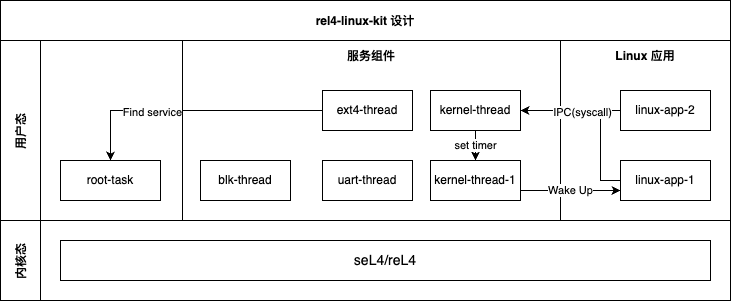
This is static/monolithic/latest/design/design-1.png from rel4team/rel4team.github.io, a draw.io export, as it was before one commit. Source tidied: cells renumbered, new cells last; positions are measured from the earlier drawing's top-left corner, leaving out a move shared by most shapes.
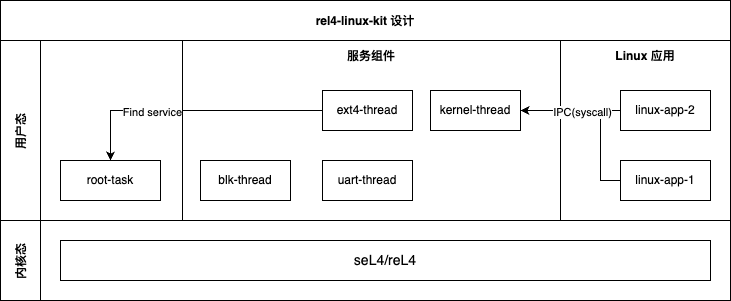
Later version of the same file.

Diff of the diagram source:
```diff
@@ -26,12 +26,6 @@
     <mxCell id="9" value="kernel-thread" style="rounded=0;whiteSpace=wrap;html=1;" parent="6" vertex="1">
       <mxGeometry x="248" y="50" width="90" height="40" as="geometry" />
     </mxCell>
-    <mxCell id="10" value="kernel-thread-1" style="rounded=0;whiteSpace=wrap;html=1;" parent="6" vertex="1">
-      <mxGeometry x="248" y="120" width="90" height="40" as="geometry" />
-    </mxCell>
-    <mxCell id="11" value="set timer" style="edgeStyle=orthogonalEdgeStyle;rounded=0;jettySize=auto;html=1;entryX=0.5;entryY=0;entryDx=0;entryDy=0;" parent="6" edge="1" source="9" target="10">
-      <mxGeometry relative="1" as="geometry" />
-    </mxCell>
     <mxCell id="12" value="uart-thread" style="rounded=0;whiteSpace=wrap;html=1;" parent="6" vertex="1">
       <mxGeometry x="140" y="120" width="90" height="40" as="geometry" />
     </mxCell>
@@ -47,9 +41,6 @@
     <mxCell id="16" style="edgeStyle=orthogonalEdgeStyle;rounded=0;jettySize=auto;html=1;" parent="3" edge="1" source="15" target="9">
       <mxGeometry relative="1" as="geometry" />
     </mxCell>
-    <mxCell id="17" value="Wake Up" style="endArrow=classic;html=1;rounded=0;entryX=0;entryY=0.75;entryDx=0;entryDy=0;exitX=1;exitY=0.75;exitDx=0;exitDy=0;" parent="3" edge="1" source="10" target="14">
-      <mxGeometry relative="1" as="geometry" />
-    </mxCell>
     <mxCell id="18" style="endArrow=classic;html=1;rounded=0;exitX=0;exitY=0.5;exitDx=0;exitDy=0;entryX=0.5;entryY=0;entryDx=0;entryDy=0;" parent="3" edge="1" source="8" target="5">
       <mxGeometry relative="1" as="geometry">
         <Array as="points">
```
